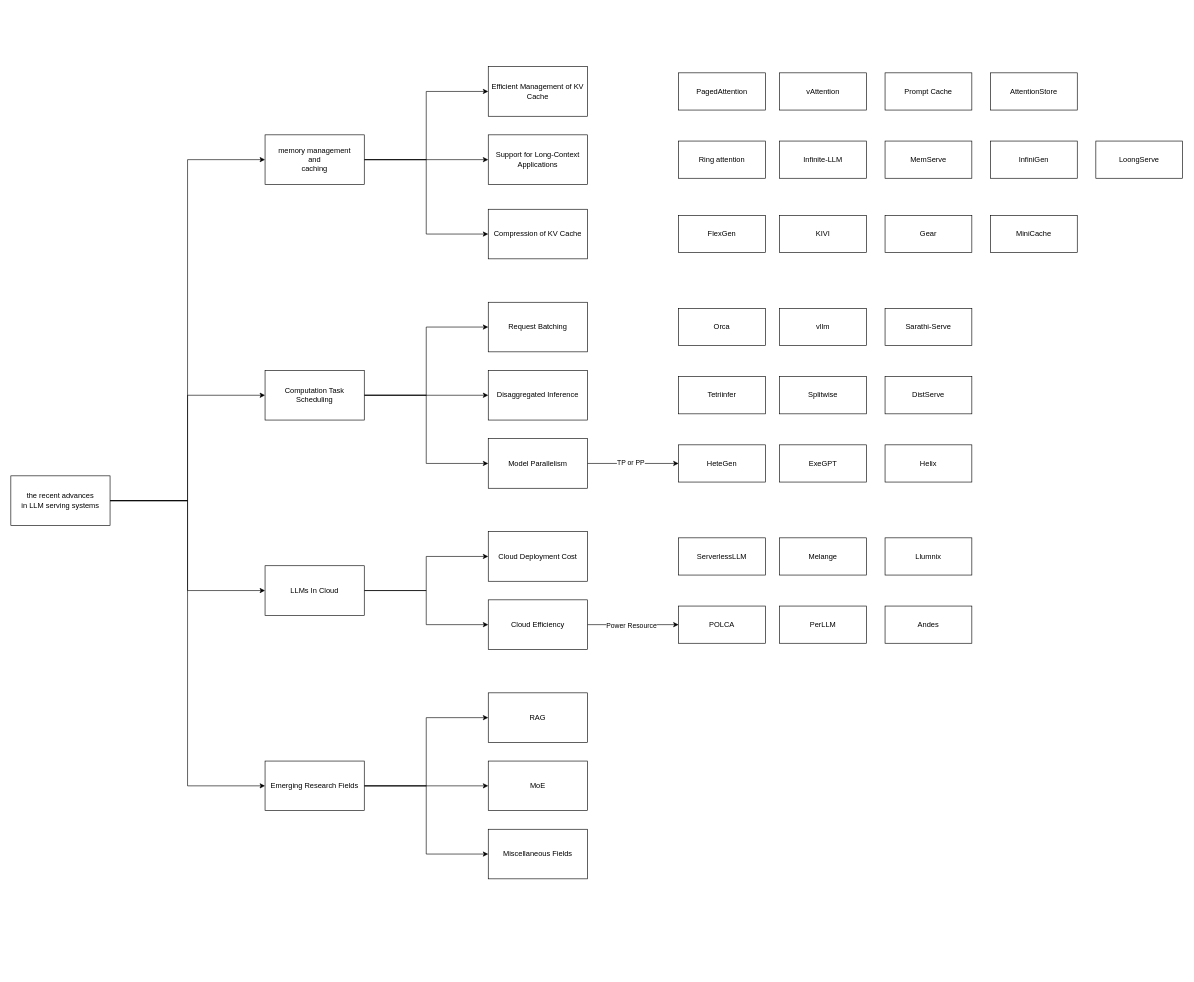
Above: 未命名绘图.drawio in Extious/UML (draw.io), before the change. Source tidied: cells renumbered, new cells numbered last; positions are measured from the earlier drawing's top-left corner, leaving out a move shared by most shapes. Both pictures are drawn from the tidied source at 62%, with x=0, y=0 at pixel (11, 66).
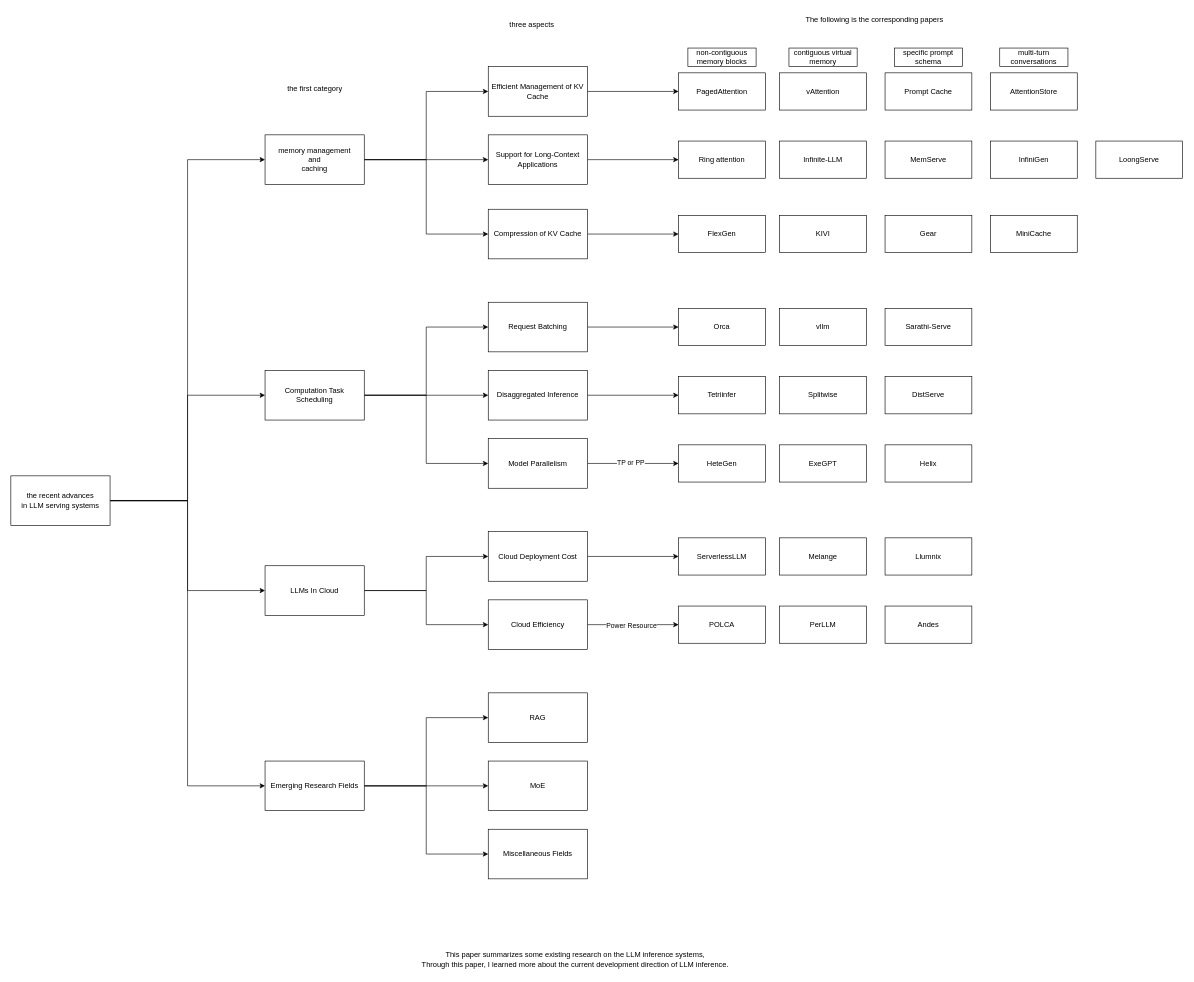
The same page after the edit.

Unchanged cells that the change refers to:
```xml
<mxCell id="11" value="Efficient Management of KV Cache" style="rounded=0;whiteSpace=wrap;html=1;" parent="1" vertex="1">
  <mxGeometry x="770" width="160" height="80" as="geometry" />
</mxCell>
<mxCell id="12" value="PagedAttention" style="rounded=0;whiteSpace=wrap;html=1;" parent="1" vertex="1">
  <mxGeometry x="1077" y="10" width="140" height="60" as="geometry" />
</mxCell>
<mxCell id="16" value="Support for Long-Context Applications" style="rounded=0;whiteSpace=wrap;html=1;" parent="1" vertex="1">
  <mxGeometry x="770" y="110" width="160" height="80" as="geometry" />
</mxCell>
<mxCell id="17" value="Ring attention" style="rounded=0;whiteSpace=wrap;html=1;" parent="1" vertex="1">
  <mxGeometry x="1077" y="120" width="140" height="60" as="geometry" />
</mxCell>
<mxCell id="22" value="Compression of KV Cache" style="rounded=0;whiteSpace=wrap;html=1;" parent="1" vertex="1">
  <mxGeometry x="770" y="230" width="160" height="80" as="geometry" />
</mxCell>
<mxCell id="23" value="FlexGen" style="rounded=0;whiteSpace=wrap;html=1;" parent="1" vertex="1">
  <mxGeometry x="1077" y="240" width="140" height="60" as="geometry" />
</mxCell>
<mxCell id="31" value="Request Batching" style="rounded=0;whiteSpace=wrap;html=1;" parent="1" vertex="1">
  <mxGeometry x="770" y="380" width="160" height="80" as="geometry" />
</mxCell>
<mxCell id="32" value="Orca" style="rounded=0;whiteSpace=wrap;html=1;" parent="1" vertex="1">
  <mxGeometry x="1077" y="390" width="140" height="60" as="geometry" />
</mxCell>
<mxCell id="35" value="Disaggregated Inference" style="rounded=0;whiteSpace=wrap;html=1;" parent="1" vertex="1">
  <mxGeometry x="770" y="490" width="160" height="80" as="geometry" />
</mxCell>
<mxCell id="36" value="Tetriinfer" style="rounded=0;whiteSpace=wrap;html=1;" parent="1" vertex="1">
  <mxGeometry x="1077" y="500" width="140" height="60" as="geometry" />
</mxCell>
<mxCell id="48" value="Cloud Deployment Cost" style="rounded=0;whiteSpace=wrap;html=1;" parent="1" vertex="1">
  <mxGeometry x="770" y="750" width="160" height="80" as="geometry" />
</mxCell>
<mxCell id="49" value="ServerlessLLM" style="rounded=0;whiteSpace=wrap;html=1;" parent="1" vertex="1">
  <mxGeometry x="1077" y="760" width="140" height="60" as="geometry" />
</mxCell>
```

Change to the diagram source:
```diff
@@
+    <mxCell id="65" style="edgeStyle=orthogonalEdgeStyle;rounded=0;jettySize=auto;html=1;exitX=1;exitY=0.5;exitDx=0;exitDy=0;entryX=0;entryY=0.5;entryDx=0;entryDy=0;" parent="1" edge="1" source="11" target="12">
+      <mxGeometry relative="1" as="geometry" />
+    </mxCell>
@@
+    <mxCell id="66" style="edgeStyle=orthogonalEdgeStyle;rounded=0;jettySize=auto;html=1;exitX=1;exitY=0.5;exitDx=0;exitDy=0;entryX=0;entryY=0.5;entryDx=0;entryDy=0;" parent="1" edge="1" source="16" target="17">
+      <mxGeometry relative="1" as="geometry" />
+    </mxCell>
@@
+    <mxCell id="67" style="edgeStyle=orthogonalEdgeStyle;rounded=0;jettySize=auto;html=1;exitX=1;exitY=0.5;exitDx=0;exitDy=0;entryX=0;entryY=0.5;entryDx=0;entryDy=0;" parent="1" edge="1" source="22" target="23">
+      <mxGeometry relative="1" as="geometry" />
+    </mxCell>
@@
+    <mxCell id="68" style="edgeStyle=orthogonalEdgeStyle;rounded=0;jettySize=auto;html=1;exitX=1;exitY=0.5;exitDx=0;exitDy=0;entryX=0;entryY=0.5;entryDx=0;entryDy=0;" parent="1" edge="1" source="31" target="32">
+      <mxGeometry relative="1" as="geometry" />
+    </mxCell>
@@
+    <mxCell id="69" style="edgeStyle=orthogonalEdgeStyle;rounded=0;jettySize=auto;html=1;exitX=1;exitY=0.5;exitDx=0;exitDy=0;" parent="1" edge="1" source="35" target="36">
+      <mxGeometry relative="1" as="geometry" />
+    </mxCell>
@@
+    <mxCell id="70" style="edgeStyle=orthogonalEdgeStyle;rounded=0;jettySize=auto;html=1;exitX=1;exitY=0.5;exitDx=0;exitDy=0;" parent="1" edge="1" source="48" target="49">
+      <mxGeometry relative="1" as="geometry" />
+    </mxCell>
@@
+    <mxCell id="71" value="The following is the corresponding papers" style="text;whiteSpace=wrap;" parent="1" vertex="1">
+      <mxGeometry x="1280" y="-90" width="250" height="40" as="geometry" />
+    </mxCell>
+    <mxCell id="72" value="the first category" style="text;html=1;align=center;verticalAlign=middle;strokeColor=none;fillColor=none;" parent="1" vertex="1">
+      <mxGeometry x="435" y="20" width="110" height="30" as="geometry" />
+    </mxCell>
+    <mxCell id="73" value="three aspects" style="text;html=1;align=center;verticalAlign=middle;strokeColor=none;fillColor=none;" parent="1" vertex="1">
+      <mxGeometry x="790" y="-82" width="100" height="30" as="geometry" />
+    </mxCell>
+    <mxCell id="74" value="non-contiguous memory blocks" style="whiteSpace=wrap;html=1;" parent="1" vertex="1">
+      <mxGeometry x="1092" y="-30" width="110" height="30" as="geometry" />
+    </mxCell>
+    <mxCell id="75" value="contiguous virtual memory" style="whiteSpace=wrap;html=1;" parent="1" vertex="1">
+      <mxGeometry x="1255" y="-30" width="110" height="30" as="geometry" />
+    </mxCell>
+    <mxCell id="76" value="specific prompt schema" style="whiteSpace=wrap;html=1;" parent="1" vertex="1">
+      <mxGeometry x="1425" y="-30" width="110" height="30" as="geometry" />
+    </mxCell>
+    <mxCell id="77" value="multi-turn conversations" style="whiteSpace=wrap;html=1;" parent="1" vertex="1">
+      <mxGeometry x="1595" y="-30" width="110" height="30" as="geometry" />
+    </mxCell>
+    <mxCell id="78" value="&lt;div&gt;&lt;span style=&quot;background-color: initial;&quot;&gt;This paper summarizes some existing research on the LLM inference systems,&lt;/span&gt;&lt;/div&gt;&lt;div&gt;&lt;span style=&quot;background-color: initial;&quot;&gt;Through this paper, I learned more about the current development direction of LLM inference.&lt;/span&gt;&lt;br&gt;&lt;/div&gt;" style="text;html=1;align=center;verticalAlign=middle;strokeColor=none;fillColor=none;" parent="1" vertex="1">
+      <mxGeometry x="650" y="1420" width="520" height="40" as="geometry" />
+    </mxCell>
```
